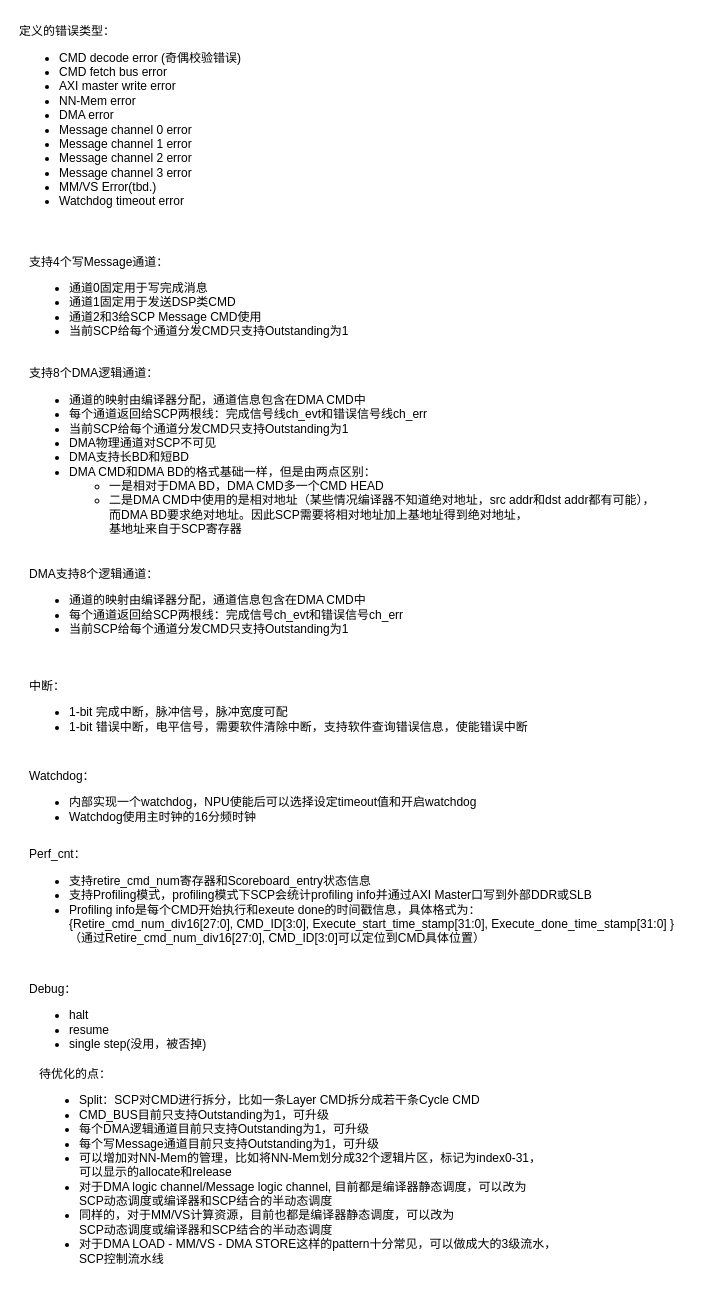
Before: page "Error type" (9 of 10) of SCP.drawio in HelmutXie/blake2, a draw.io diagram. Source tidied: cells renumbered, new cells numbered last; positions are measured from the earlier drawing's top-left corner, leaving out a move shared by most shapes. Both pictures are drawn from the tidied source at 100%, with x=0, y=0 at pixel (17, 17).
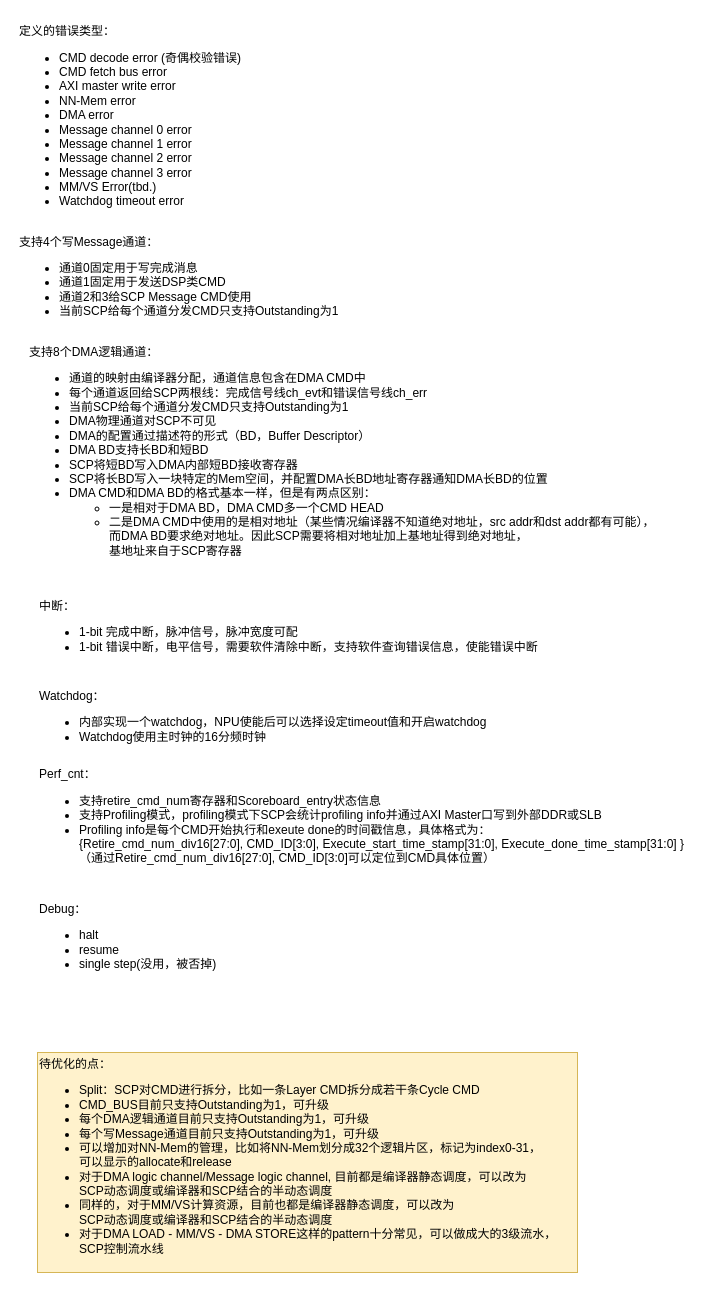
The same diagram, later.

Diff of the diagram source:
```diff
@@
 <mxGraphModel>
   <root>
     <mxCell id="0" />
     <mxCell id="1" parent="0" />
     <mxCell id="2" value="定义的错误类型：&lt;br&gt;&lt;ul&gt;&lt;li&gt;CMD decode error (奇偶校验错误)&lt;/li&gt;&lt;li&gt;CMD fetch bus error&lt;/li&gt;&lt;li&gt;AXI master write error&lt;/li&gt;&lt;li&gt;NN-Mem error&lt;/li&gt;&lt;li&gt;DMA error&lt;/li&gt;&lt;li style=&quot;border-color: var(--border-color);&quot;&gt;Message channel 0 error&lt;/li&gt;&lt;li style=&quot;border-color: var(--border-color);&quot;&gt;Message channel 1 error&lt;/li&gt;&lt;li style=&quot;border-color: var(--border-color);&quot;&gt;Message channel 2 error&lt;/li&gt;&lt;li style=&quot;border-color: var(--border-color);&quot;&gt;Message channel 3 error&lt;/li&gt;&lt;li&gt;MM/VS Error(tbd.)&lt;/li&gt;&lt;li&gt;Watchdog timeout error&lt;/li&gt;&lt;/ul&gt;" style="text;html=1;align=left;verticalAlign=middle;strokeColor=none;fillColor=none;" parent="1" vertex="1">
       <mxGeometry width="250" height="210" as="geometry" />
     </mxCell>
     <mxCell id="3" value="支持4个写Message通道：&lt;br&gt;&lt;ul&gt;&lt;li&gt;通道0固定用于写完成消息&lt;/li&gt;&lt;li&gt;通道1固定用于发送DSP类CMD&lt;/li&gt;&lt;li&gt;通道2和3给SCP Message CMD使用&lt;/li&gt;&lt;li style=&quot;border-color: var(--border-color);&quot;&gt;当前SCP给每个通道分发CMD只支持Outstanding为1&lt;/li&gt;&lt;/ul&gt;" style="text;html=1;align=left;verticalAlign=middle;strokeColor=none;fillColor=none;" parent="1" vertex="1">
-      <mxGeometry x="10" y="230" width="340" height="110" as="geometry" />
+      <mxGeometry y="210" width="340" height="110" as="geometry" />
     </mxCell>
-    <mxCell id="4" value="支持8个DMA逻辑通道：&lt;br&gt;&lt;ul&gt;&lt;li&gt;通道的映射由编译器分配，通道信息包含在DMA CMD中&lt;br&gt;&lt;/li&gt;&lt;li&gt;每个通道返回给SCP两根线：完成信号线ch_evt和错误信号线ch_err&lt;/li&gt;&lt;li&gt;当前SCP给每个通道分发CMD只支持Outstanding为1&lt;/li&gt;&lt;li&gt;DMA物理通道对SCP不可见&lt;/li&gt;&lt;li&gt;DMA支持长BD和短BD&lt;/li&gt;&lt;li&gt;DMA CMD和DMA BD的格式基础一样，但是由两点区别：&lt;/li&gt;&lt;ul&gt;&lt;li&gt;一是相对于DMA BD，DMA CMD多一个CMD HEAD&lt;/li&gt;&lt;li&gt;二是DMA CMD中使用的是相对地址（某些情况编译器不知道绝对地址，src addr和dst addr都有可能），&lt;br&gt;而DMA BD要求绝对地址。因此SCP需要将相对地址加上基地址得到绝对地址，&lt;br&gt;基地址来自于SCP寄存器&lt;/li&gt;&lt;/ul&gt;&lt;/ul&gt;" style="text;html=1;align=left;verticalAlign=middle;strokeColor=none;fillColor=none;" parent="1" vertex="1">
-      <mxGeometry x="10" y="340" width="650" height="200" as="geometry" />
+    <mxCell id="4" value="支持8个DMA逻辑通道：&lt;br&gt;&lt;ul&gt;&lt;li&gt;通道的映射由编译器分配，通道信息包含在DMA CMD中&lt;br&gt;&lt;/li&gt;&lt;li&gt;每个通道返回给SCP两根线：完成信号线ch_evt和错误信号线ch_err&lt;/li&gt;&lt;li&gt;当前SCP给每个通道分发CMD只支持Outstanding为1&lt;/li&gt;&lt;li&gt;DMA物理通道对SCP不可见&lt;/li&gt;&lt;li style=&quot;border-color: var(--border-color);&quot;&gt;DMA的配置通过描述符的形式（BD，Buffer Descriptor）&lt;/li&gt;&lt;li style=&quot;border-color: var(--border-color);&quot;&gt;DMA BD支持长BD和短BD&lt;/li&gt;&lt;li style=&quot;border-color: var(--border-color);&quot;&gt;SCP将短BD写入DMA内部短BD接收寄存器&lt;/li&gt;&lt;li style=&quot;border-color: var(--border-color);&quot;&gt;SCP将长BD写入一块特定的Mem空间，并配置DMA长BD地址寄存器通知DMA长BD的位置&lt;/li&gt;&lt;li&gt;DMA CMD和DMA BD的格式基本一样，但是有两点区别：&lt;/li&gt;&lt;ul&gt;&lt;li&gt;一是相对于DMA BD，DMA CMD多一个CMD HEAD&lt;/li&gt;&lt;li&gt;二是DMA CMD中使用的是相对地址（某些情况编译器不知道绝对地址，src addr和dst addr都有可能），&lt;br&gt;而DMA BD要求绝对地址。因此SCP需要将相对地址加上基地址得到绝对地址，&lt;br&gt;基地址来自于SCP寄存器&lt;/li&gt;&lt;/ul&gt;&lt;/ul&gt;" style="text;html=1;align=left;verticalAlign=middle;strokeColor=none;fillColor=none;" parent="1" vertex="1">
+      <mxGeometry x="10" y="320" width="650" height="240" as="geometry" />
     </mxCell>
-    <mxCell id="5" value="DMA支持8个逻辑通道：&lt;br&gt;&lt;ul&gt;&lt;li&gt;通道的映射由编译器分配，通道信息包含在DMA CMD中&lt;br&gt;&lt;/li&gt;&lt;li&gt;每个通道返回给SCP两根线：完成信号ch_evt和错误信号ch_err&lt;/li&gt;&lt;li&gt;当前SCP给每个通道分发CMD只支持Outstanding为1&lt;/li&gt;&lt;/ul&gt;" style="text;html=1;align=left;verticalAlign=middle;strokeColor=none;fillColor=none;" parent="1" vertex="1">
-      <mxGeometry x="10" y="540" width="400" height="100" as="geometry" />
-    </mxCell>
     <mxCell id="6" value="中断：&lt;br&gt;&lt;ul&gt;&lt;li&gt;1-bit 完成中断，脉冲信号，脉冲宽度可配&lt;/li&gt;&lt;li&gt;1-bit 错误中断，电平信号，需要软件清除中断，支持软件查询错误信息，使能错误中断&lt;/li&gt;&lt;/ul&gt;" style="text;html=1;align=left;verticalAlign=middle;strokeColor=none;fillColor=none;" parent="1" vertex="1">
-      <mxGeometry x="10" y="655" width="520" height="80" as="geometry" />
+      <mxGeometry x="20" y="575" width="520" height="80" as="geometry" />
     </mxCell>
     <mxCell id="7" value="Watchdog：&lt;br&gt;&lt;ul&gt;&lt;li&gt;内部实现一个watchdog，NPU使能后可以选择设定timeout值和开启watchdog&lt;/li&gt;&lt;li&gt;Watchdog使用主时钟的16分频时钟&lt;/li&gt;&lt;/ul&gt;" style="text;html=1;align=left;verticalAlign=middle;strokeColor=none;fillColor=none;" parent="1" vertex="1">
-      <mxGeometry x="10" y="745" width="470" height="80" as="geometry" />
+      <mxGeometry x="20" y="665" width="470" height="80" as="geometry" />
     </mxCell>
     <mxCell id="8" value="Perf_cnt：&lt;br&gt;&lt;ul&gt;&lt;li&gt;支持retire_cmd_num寄存器和Scoreboard_entry状态信息&lt;/li&gt;&lt;li&gt;支持Profiling模式，profiling模式下SCP会统计profiling info并通过AXI Master口写到外部DDR或SLB&lt;/li&gt;&lt;li&gt;Profiling info是每个CMD开始执行和exeute done的时间戳信息，具体格式为：&lt;br&gt;{Retire_cmd_num_div16[27:0], CMD_ID[3:0], Execute_start_time_stamp[31:0], Execute_done_time_stamp[31:0] }&lt;br&gt;（通过Retire_cmd_num_div16[27:0], CMD_ID[3:0]可以定位到CMD具体位置）&lt;/li&gt;&lt;/ul&gt;" style="text;html=1;align=left;verticalAlign=middle;strokeColor=none;fillColor=none;" parent="1" vertex="1">
-      <mxGeometry x="10" y="825" width="670" height="120" as="geometry" />
+      <mxGeometry x="20" y="745" width="670" height="120" as="geometry" />
     </mxCell>
     <mxCell id="9" value="Debug：&lt;br&gt;&lt;ul&gt;&lt;li&gt;halt&lt;/li&gt;&lt;li&gt;resume&lt;/li&gt;&lt;li&gt;single step(没用，被否掉)&lt;/li&gt;&lt;/ul&gt;" style="text;html=1;align=left;verticalAlign=middle;strokeColor=none;fillColor=none;" parent="1" vertex="1">
-      <mxGeometry x="10" y="955" width="200" height="100" as="geometry" />
+      <mxGeometry x="20" y="875" width="200" height="100" as="geometry" />
     </mxCell>
-    <mxCell id="10" value="待优化的点：&lt;br&gt;&lt;ul&gt;&lt;li&gt;Split：SCP对CMD进行拆分，比如一条Layer CMD拆分成若干条Cycle CMD&lt;/li&gt;&lt;li&gt;CMD_BUS目前只支持Outstanding为1，可升级&lt;/li&gt;&lt;li&gt;每个DMA逻辑通道目前只支持Outstanding为1，可升级&lt;/li&gt;&lt;li&gt;每个写Message通道目前只支持Outstanding为1，可升级&lt;/li&gt;&lt;li&gt;可以增加对NN-Mem的管理，比如将NN-Mem划分成32个逻辑片区，标记为index0-31，&lt;br&gt;可以显示的allocate和release&lt;/li&gt;&lt;li&gt;对于DMA logic channel/Message logic channel, 目前都是编译器静态调度，可以改为&lt;br&gt;SCP动态调度或编译器和SCP结合的半动态调度&lt;/li&gt;&lt;li&gt;同样的，对于MM/VS计算资源，目前也都是编译器静态调度，可以改为&lt;br style=&quot;border-color: var(--border-color);&quot;&gt;SCP动态调度或编译器和SCP结合的半动态调度&lt;/li&gt;&lt;li&gt;对于DMA LOAD - MM/VS - DMA STORE这样的pattern十分常见，可以做成大的3级流水，&lt;br&gt;SCP控制流水线&lt;/li&gt;&lt;/ul&gt;" style="text;html=1;align=left;verticalAlign=middle;strokeColor=none;fillColor=none;" parent="1" vertex="1">
-      <mxGeometry x="20" y="1045" width="540" height="220" as="geometry" />
+    <mxCell id="10" value="待优化的点：&lt;br&gt;&lt;ul&gt;&lt;li&gt;Split：SCP对CMD进行拆分，比如一条Layer CMD拆分成若干条Cycle CMD&lt;/li&gt;&lt;li&gt;CMD_BUS目前只支持Outstanding为1，可升级&lt;/li&gt;&lt;li&gt;每个DMA逻辑通道目前只支持Outstanding为1，可升级&lt;/li&gt;&lt;li&gt;每个写Message通道目前只支持Outstanding为1，可升级&lt;/li&gt;&lt;li&gt;可以增加对NN-Mem的管理，比如将NN-Mem划分成32个逻辑片区，标记为index0-31，&lt;br&gt;可以显示的allocate和release&lt;/li&gt;&lt;li&gt;对于DMA logic channel/Message logic channel, 目前都是编译器静态调度，可以改为&lt;br&gt;SCP动态调度或编译器和SCP结合的半动态调度&lt;/li&gt;&lt;li&gt;同样的，对于MM/VS计算资源，目前也都是编译器静态调度，可以改为&lt;br style=&quot;border-color: var(--border-color);&quot;&gt;SCP动态调度或编译器和SCP结合的半动态调度&lt;/li&gt;&lt;li&gt;对于DMA LOAD - MM/VS - DMA STORE这样的pattern十分常见，可以做成大的3级流水，&lt;br&gt;SCP控制流水线&lt;/li&gt;&lt;/ul&gt;" style="text;html=1;align=left;verticalAlign=middle;strokeColor=#d6b656;fillColor=#fff2cc;" parent="1" vertex="1">
+      <mxGeometry x="20" y="1035" width="540" height="220" as="geometry" />
     </mxCell>
   </root>
 </mxGraphModel>
```
